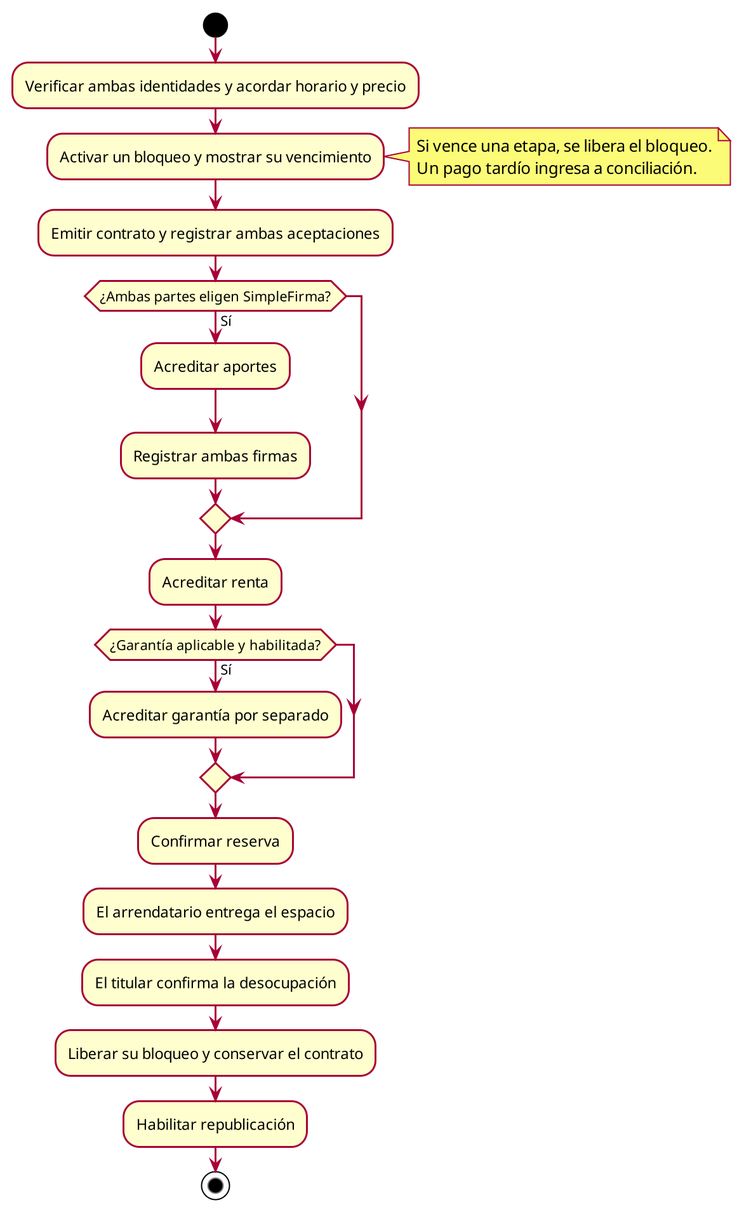
The PlantUML diagram tesis_final/assets/figuras/fig09_contratacion_objetivo.png in HernanEspinozaDev/proyectotitulo, before a commit. Its source is kept beside it as tesis_final/assets/diagramas_src/fig09_contratacion_objetivo.puml.
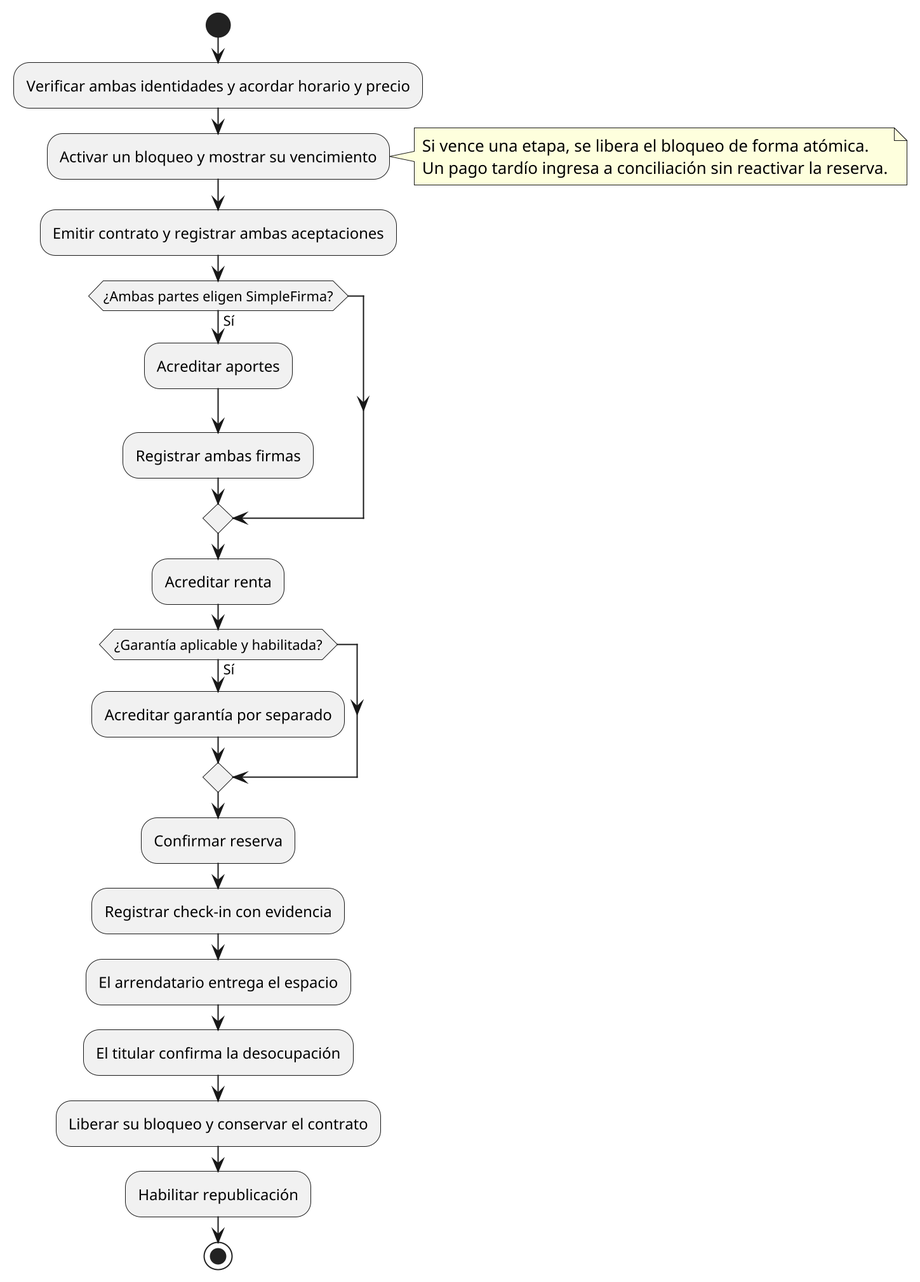
The same file after the commit.

Commit message:
docs: actualizar procedencia del ADR y diagrama de contratación

Change to the diagram source:
```diff
@@ -5,8 +5,8 @@
 :Verificar ambas identidades y acordar horario y precio;
 :Activar un bloqueo y mostrar su vencimiento;
 note right
-  Si vence una etapa, se libera el bloqueo.
-  Un pago tardío ingresa a conciliación.
+  Si vence una etapa, se libera el bloqueo de forma atómica.
+  Un pago tardío ingresa a conciliación sin reactivar la reserva.
 end note
 :Emitir contrato y registrar ambas aceptaciones;
 if (¿Ambas partes eligen SimpleFirma?) then (Sí)
@@ -18,6 +18,7 @@
   :Acreditar garantía por separado;
 endif
 :Confirmar reserva;
+:Registrar check-in con evidencia;
 :El arrendatario entrega el espacio;
 :El titular confirma la desocupación;
 :Liberar su bloqueo y conservar el contrato;
```
